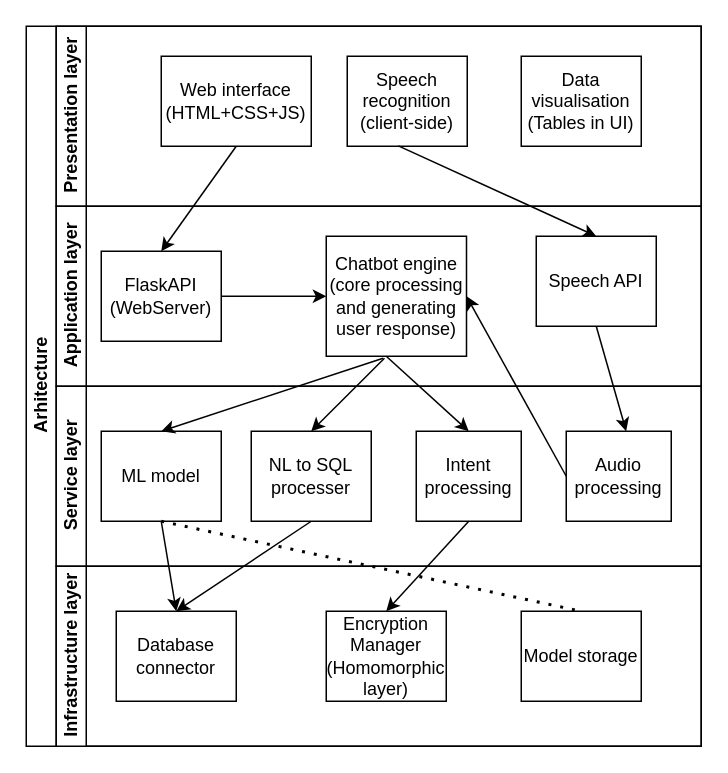
Before: architecture.drawio in Ioan1234/SecureChatbot, a draw.io diagram. Source tidied: cells renumbered, new cells numbered last; positions are measured from the earlier drawing's top-left corner, leaving out a move shared by most shapes. Both pictures are drawn from the tidied source at 150%, with x=0, y=0 at pixel (26, 26).
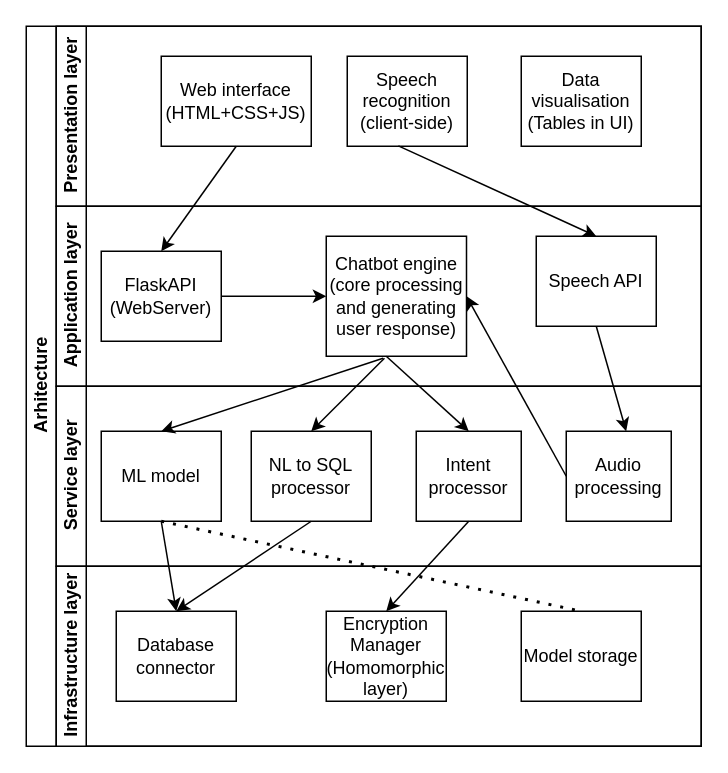
The same page after the edit.

Unchanged cells that the change refers to:
```xml
<mxCell id="12" value="Service layer" style="swimlane;html=1;startSize=20;horizontal=0;" parent="2" vertex="1">
  <mxGeometry x="20" y="240" width="430" height="120" as="geometry" />
</mxCell>
```

The edit, as a diff of the source:
```diff
@@
-    <mxCell id="15" value="Intent processing" style="rounded=0;whiteSpace=wrap;html=1;fontFamily=Helvetica;fontSize=12;fontColor=#000000;align=center;" parent="12" vertex="1">
+    <mxCell id="15" value="Intent processor" style="rounded=0;whiteSpace=wrap;html=1;fontFamily=Helvetica;fontSize=12;fontColor=#000000;align=center;" parent="12" vertex="1">
       <mxGeometry x="240" y="30" width="70" height="60" as="geometry" />
     </mxCell>
-    <mxCell id="16" value="NL to SQL processer" style="rounded=0;whiteSpace=wrap;html=1;fontFamily=Helvetica;fontSize=12;fontColor=#000000;align=center;" parent="12" vertex="1">
+    <mxCell id="16" value="NL to SQL processor" style="rounded=0;whiteSpace=wrap;html=1;fontFamily=Helvetica;fontSize=12;fontColor=#000000;align=center;" parent="12" vertex="1">
       <mxGeometry x="130" y="30" width="80" height="60" as="geometry" />
     </mxCell>
```
